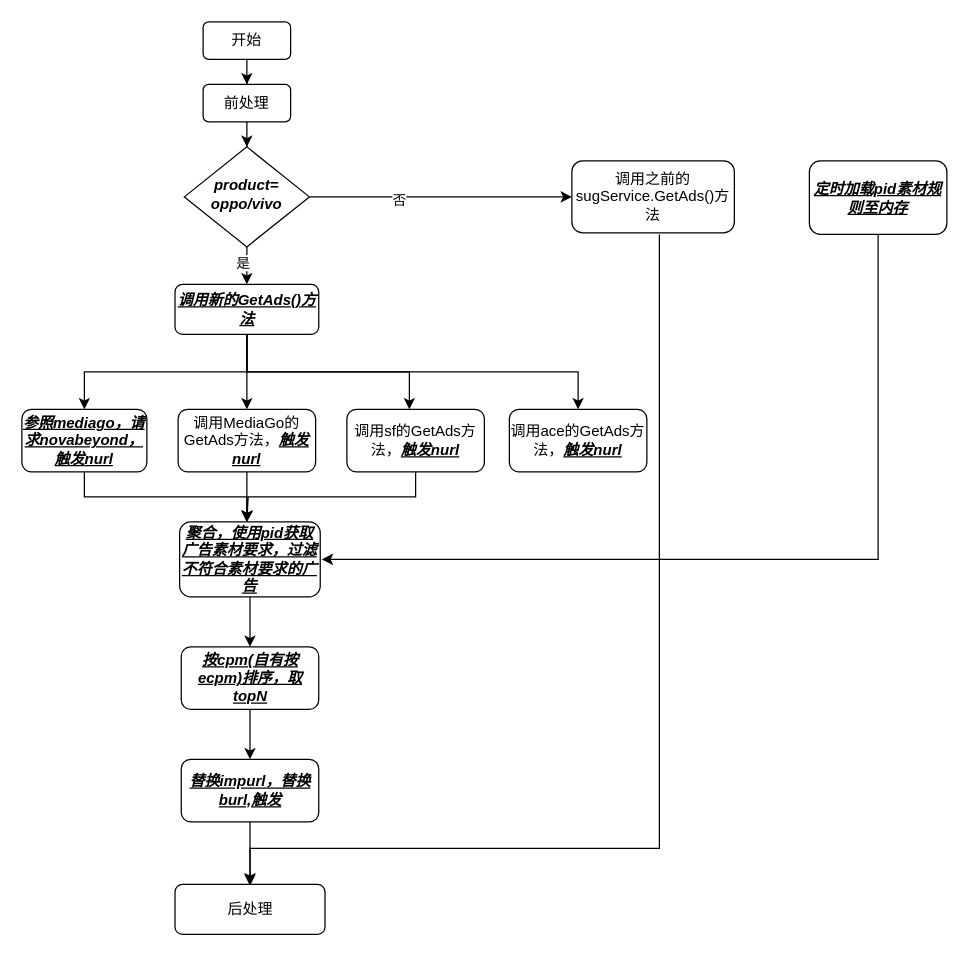
Above: bidrequest.drawio in zzhao2018/2018- (draw.io), before the change. Source tidied: cells renumbered, new cells numbered last; positions are measured from the earlier drawing's top-left corner, leaving out a move shared by most shapes. Both pictures are drawn from the tidied source at 125%, with x=0, y=0 at pixel (21, 21).
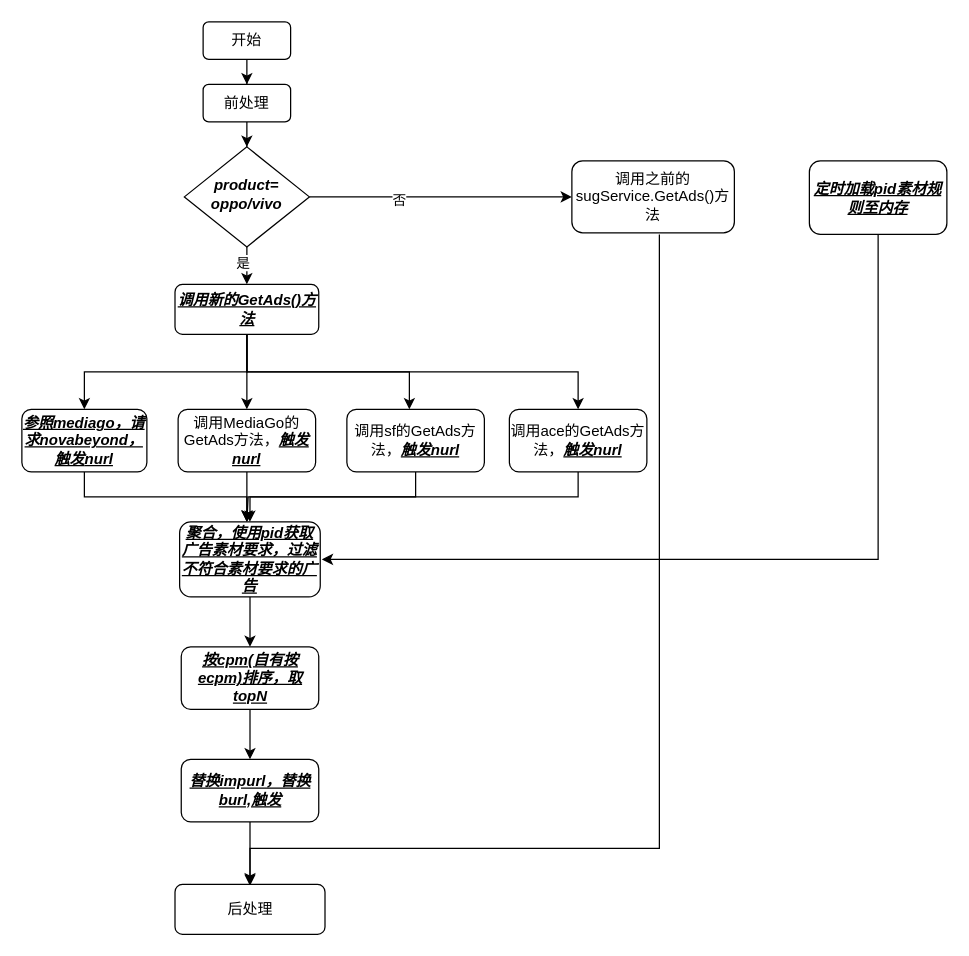
After the change.

The change refers to these unchanged cells:
```xml
<mxCell id="27" value="&lt;b&gt;&lt;i&gt;&lt;u&gt;聚合，使用pid获取广告素材要求，过滤不符合素材要求的广告&lt;/u&gt;&lt;/i&gt;&lt;/b&gt;" style="rounded=1;whiteSpace=wrap;html=1;fontSize=12;glass=0;strokeWidth=1;shadow=0;" parent="1" vertex="1">
  <mxGeometry x="126.2" y="400" width="112.5" height="60" as="geometry" />
</mxCell>
<mxCell id="34" value="调用ace的GetAds方法，&lt;u&gt;&lt;b style=&quot;border-color: var(--border-color);&quot;&gt;&lt;i style=&quot;border-color: var(--border-color);&quot;&gt;触发&lt;/i&gt;&lt;/b&gt;&lt;b style=&quot;border-color: var(--border-color);&quot;&gt;&lt;i style=&quot;border-color: var(--border-color);&quot;&gt;nurl&lt;/i&gt;&lt;/b&gt;&lt;/u&gt;" style="rounded=1;whiteSpace=wrap;html=1;fontSize=12;glass=0;strokeWidth=1;shadow=0;" parent="1" vertex="1">
  <mxGeometry x="390" y="310" width="110" height="50" as="geometry" />
</mxCell>
```

The edit, as a diff of the source:
```diff
@@
+    <mxCell id="35" style="edgeStyle=orthogonalEdgeStyle;rounded=0;jettySize=auto;html=1;entryX=0.5;entryY=0;entryDx=0;entryDy=0;" parent="1" edge="1" source="34" target="27">
+      <mxGeometry relative="1" as="geometry">
+        <Array as="points">
+          <mxPoint x="445" y="380" />
+          <mxPoint x="183" y="380" />
+        </Array>
+      </mxGeometry>
+    </mxCell>
```
